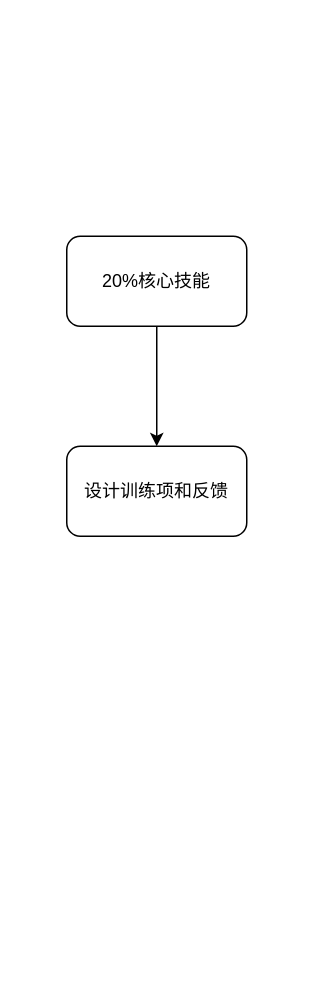
Earlier version of the draw.io diagram 未命名绘图.drawio (aideepmind/PyCharmWS20170103). Source tidied: cells renumbered, new cells numbered last; positions are measured from the earlier drawing's top-left corner, leaving out a move shared by most shapes. Both pictures are drawn from the tidied source at 150%, with x=0, y=0 at pixel (66, 236).
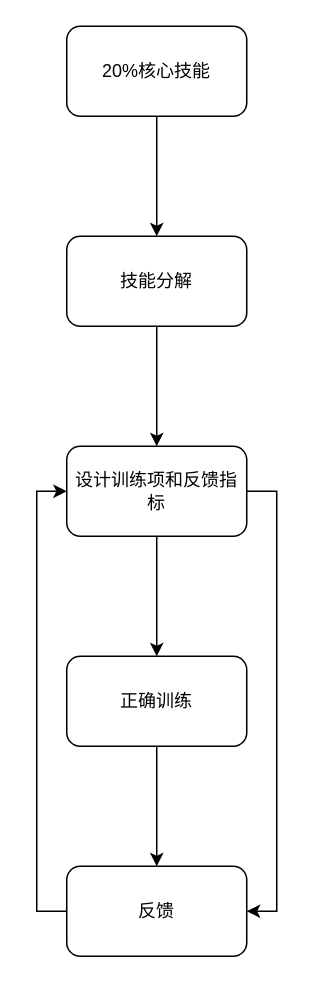
The same page after the edit.

Commit message (it also covers changes not shown here):
更新未命名绘图.drawio

Diff of the diagram source:
```diff
@@
 <mxGraphModel>
   <root>
     <mxCell id="0" />
     <mxCell id="1" parent="0" />
     <mxCell id="2" style="edgeStyle=orthogonalEdgeStyle;rounded=0;jettySize=auto;html=1;" parent="1" edge="1" source="3" target="4">
       <mxGeometry relative="1" as="geometry" />
     </mxCell>
-    <mxCell id="3" value="20%核心技能" style="rounded=1;whiteSpace=wrap;html=1;" parent="1" vertex="1">
+    <mxCell id="3" value="技能分解" style="rounded=1;whiteSpace=wrap;html=1;" parent="1" vertex="1">
       <mxGeometry width="120" height="60" as="geometry" />
     </mxCell>
+    <mxCell id="5" style="edgeStyle=orthogonalEdgeStyle;rounded=0;jettySize=auto;html=1;" parent="1" edge="1" source="4" target="8">
+      <mxGeometry relative="1" as="geometry" />
+    </mxCell>
+    <mxCell id="6" style="edgeStyle=orthogonalEdgeStyle;rounded=0;jettySize=auto;html=1;entryX=1;entryY=0.5;entryDx=0;entryDy=0;" parent="1" edge="1" source="4" target="10">
+      <mxGeometry relative="1" as="geometry">
+        <Array as="points">
+          <mxPoint x="140" y="170" />
+          <mxPoint x="140" y="450" />
+        </Array>
+      </mxGeometry>
+    </mxCell>
-    <mxCell id="4" value="设计训练项和反馈" style="whiteSpace=wrap;html=1;rounded=1;" parent="1" vertex="1">
+    <mxCell id="4" value="设计训练项和反馈指标" style="whiteSpace=wrap;html=1;rounded=1;" parent="1" vertex="1">
       <mxGeometry y="140" width="120" height="60" as="geometry" />
     </mxCell>
+    <mxCell id="7" style="edgeStyle=orthogonalEdgeStyle;rounded=0;jettySize=auto;html=1;" parent="1" edge="1" source="8" target="10">
+      <mxGeometry relative="1" as="geometry" />
+    </mxCell>
+    <mxCell id="8" value="正确训练" style="whiteSpace=wrap;html=1;rounded=1;" parent="1" vertex="1">
+      <mxGeometry y="280" width="120" height="60" as="geometry" />
+    </mxCell>
+    <mxCell id="9" style="edgeStyle=orthogonalEdgeStyle;rounded=0;jettySize=auto;html=1;entryX=0;entryY=0.5;entryDx=0;entryDy=0;" parent="1" edge="1" source="10" target="4">
+      <mxGeometry relative="1" as="geometry">
+        <Array as="points">
+          <mxPoint x="-20" y="450" />
+          <mxPoint x="-20" y="170" />
+        </Array>
+      </mxGeometry>
+    </mxCell>
+    <mxCell id="10" value="反馈" style="whiteSpace=wrap;html=1;rounded=1;" parent="1" vertex="1">
+      <mxGeometry y="420" width="120" height="60" as="geometry" />
+    </mxCell>
+    <mxCell id="11" style="edgeStyle=orthogonalEdgeStyle;rounded=0;jettySize=auto;html=1;" parent="1" edge="1" source="12" target="3">
+      <mxGeometry relative="1" as="geometry" />
+    </mxCell>
+    <mxCell id="12" value="&lt;span&gt;20%核心技能&lt;/span&gt;" style="rounded=1;whiteSpace=wrap;html=1;" parent="1" vertex="1">
+      <mxGeometry y="-140" width="120" height="60" as="geometry" />
+    </mxCell>
   </root>
 </mxGraphModel>
```
